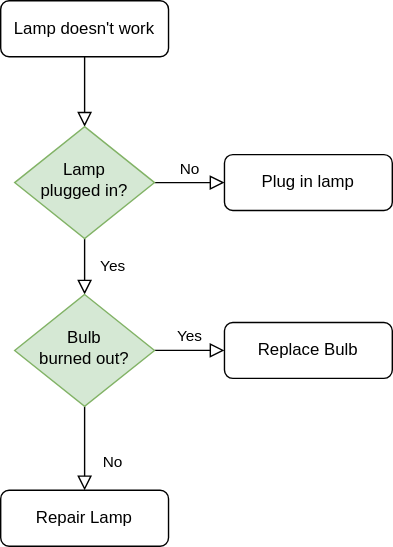
This is doc/generation_test_2.drawio.svg from nkoester/github-experiments, a draw.io export, as it was before one commit. Source tidied: cells renumbered, new cells last; positions are measured from the earlier drawing's top-left corner, leaving out a move shared by most shapes.
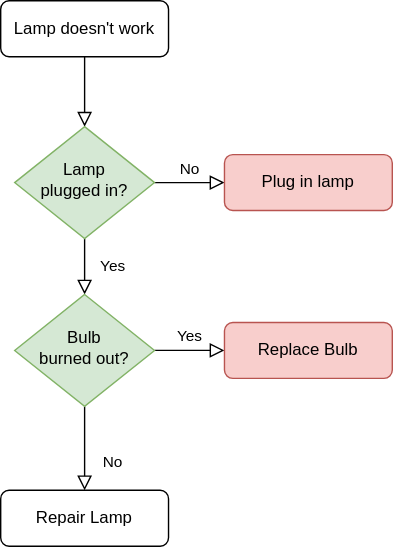
Later version of the same file.

Change to the diagram source:
```diff
@@ -17,7 +17,7 @@
     <mxCell id="6" value="Lamp&lt;br&gt;plugged in?" style="rhombus;whiteSpace=wrap;html=1;shadow=0;fontFamily=Helvetica;fontSize=12;align=center;strokeWidth=1;spacing=6;spacingTop=-4;fillColor=#d5e8d4;strokeColor=#82b366;" parent="1" vertex="1">
       <mxGeometry x="10" y="90" width="100" height="80" as="geometry" />
     </mxCell>
-    <mxCell id="7" value="Plug in lamp" style="rounded=1;whiteSpace=wrap;html=1;fontSize=12;glass=0;strokeWidth=1;shadow=0;" parent="1" vertex="1">
+    <mxCell id="7" value="Plug in lamp" style="rounded=1;whiteSpace=wrap;html=1;fontSize=12;glass=0;strokeWidth=1;shadow=0;fillColor=#f8cecc;strokeColor=#b85450;" parent="1" vertex="1">
       <mxGeometry x="160" y="110" width="120" height="40" as="geometry" />
     </mxCell>
     <mxCell id="8" value="No" style="rounded=0;html=1;jettySize=auto;fontSize=11;endArrow=block;endFill=0;endSize=8;strokeWidth=1;shadow=0;labelBackgroundColor=none;edgeStyle=orthogonalEdgeStyle;" parent="1" edge="1" source="10" target="11">
@@ -32,7 +32,7 @@
     <mxCell id="11" value="Repair Lamp" style="rounded=1;whiteSpace=wrap;html=1;fontSize=12;glass=0;strokeWidth=1;shadow=0;" parent="1" vertex="1">
       <mxGeometry y="350" width="120" height="40" as="geometry" />
     </mxCell>
-    <mxCell id="12" value="Replace Bulb" style="rounded=1;whiteSpace=wrap;html=1;fontSize=12;glass=0;strokeWidth=1;shadow=0;" parent="1" vertex="1">
+    <mxCell id="12" value="Replace Bulb" style="rounded=1;whiteSpace=wrap;html=1;fontSize=12;glass=0;strokeWidth=1;shadow=0;fillColor=#f8cecc;strokeColor=#b85450;" parent="1" vertex="1">
       <mxGeometry x="160" y="230" width="120" height="40" as="geometry" />
     </mxCell>
   </root>
```
